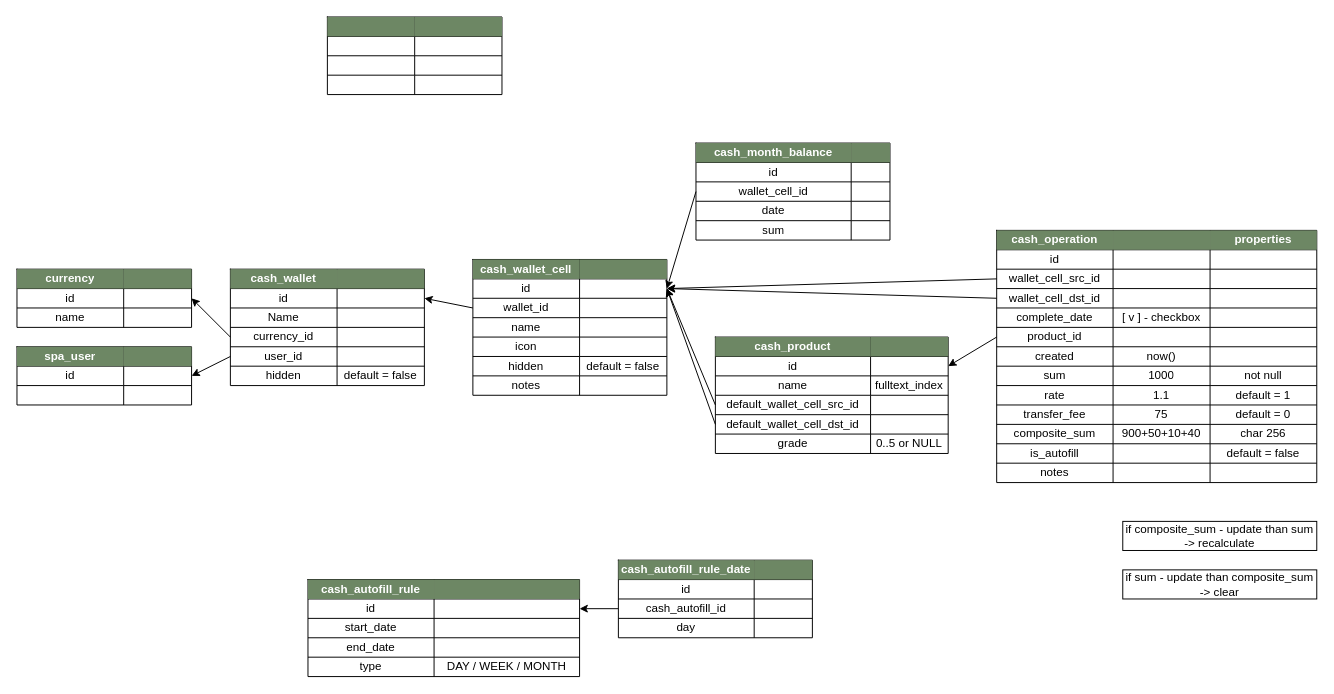
Before: SPA-structure.drawio in alwertus/spa-b, a draw.io diagram. Source tidied: cells renumbered, new cells numbered last; positions are measured from the earlier drawing's top-left corner, leaving out a move shared by most shapes. Both pictures are drawn from the tidied source at 97%, with x=0, y=0 at pixel (16, 16).
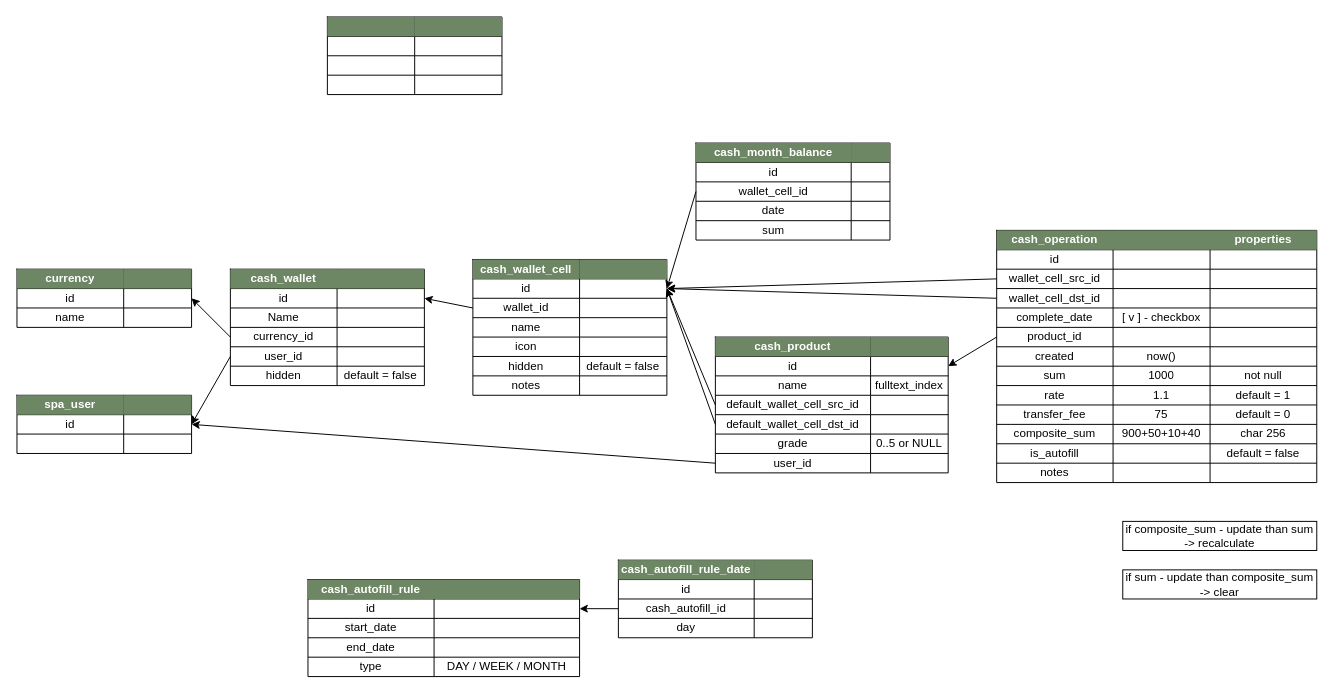
The same page after the edit.

Unchanged cells that the change refers to:
```xml
<mxCell id="153" style="shape=tableRow;horizontal=0;startSize=0;swimlaneHead=0;swimlaneBody=0;strokeColor=inherit;top=0;left=0;bottom=0;right=0;fillColor=none;points=[[0,0.5],[1,0.5]];portConstraint=eastwest;fontSize=16;" parent="149" vertex="1">
  <mxGeometry y="20" width="180" height="20" as="geometry" />
</mxCell>
```

The edit, as a diff of the source:
```diff
@@
     <mxCell id="149" style="shape=table;startSize=0;childLayout=tableLayout;fontSize=12;align=center;" parent="1" vertex="1">
-      <mxGeometry y="340" width="180" height="60" as="geometry" />
+      <mxGeometry y="390" width="180" height="60" as="geometry" />
     </mxCell>
@@
     <mxCell id="160" style="shape=table;startSize=0;childLayout=tableLayout;fontSize=12;align=center;" parent="1" vertex="1">
-      <mxGeometry x="720" y="330" width="240" height="120" as="geometry" />
+      <mxGeometry x="720" y="330" width="240" height="140" as="geometry" />
     </mxCell>
@@
+    <mxCell id="206" style="shape=tableRow;horizontal=0;startSize=0;swimlaneHead=0;swimlaneBody=0;strokeColor=inherit;top=0;left=0;bottom=0;right=0;fillColor=none;points=[[0,0.5],[1,0.5]];portConstraint=eastwest;fontSize=16;" parent="160" vertex="1">
+      <mxGeometry y="120" width="240" height="20" as="geometry" />
+    </mxCell>
+    <mxCell id="207" value="user_id" style="shape=partialRectangle;html=1;whiteSpace=wrap;strokeColor=inherit;overflow=hidden;fillColor=none;top=0;left=0;bottom=0;right=0;fontSize=12;" parent="206" vertex="1">
+      <mxGeometry width="160" height="20" as="geometry" />
+    </mxCell>
+    <mxCell id="208" style="shape=partialRectangle;html=1;whiteSpace=wrap;strokeColor=inherit;overflow=hidden;fillColor=none;top=0;left=0;bottom=0;right=0;fontSize=12;" parent="206" vertex="1">
+      <mxGeometry x="160" width="80" height="20" as="geometry" />
+    </mxCell>
@@
+    <mxCell id="209" style="rounded=0;jettySize=auto;html=1;exitX=0;exitY=0.5;exitDx=0;exitDy=0;entryX=1;entryY=0.5;entryDx=0;entryDy=0;" parent="1" edge="1" source="206" target="153">
+      <mxGeometry relative="1" as="geometry" />
+    </mxCell>
```
